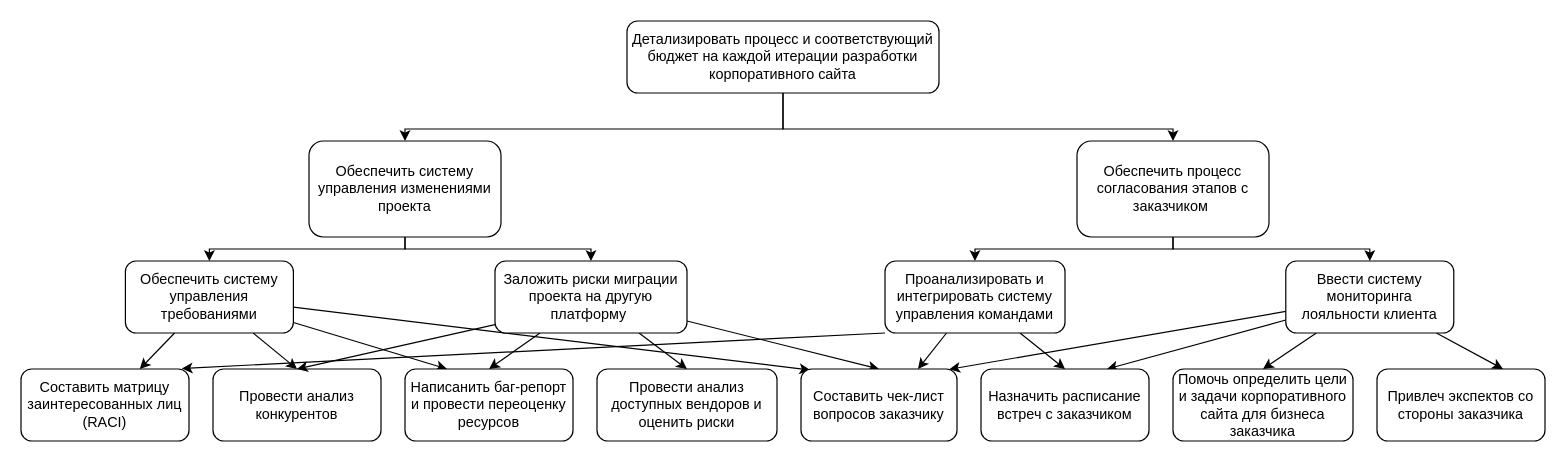
Above: page "Дерево целей" (8 of 8) of 3 курс/5 семестр/ТСиСА/Курсовая/модели2ч.drawio in Luzinsan/tusur (draw.io), before the change. Source tidied: cells renumbered, new cells numbered last; positions are measured from the earlier drawing's top-left corner, leaving out a move shared by most shapes. Both pictures are drawn from the tidied source at 120%, with x=0, y=0 at pixel (20, 20).
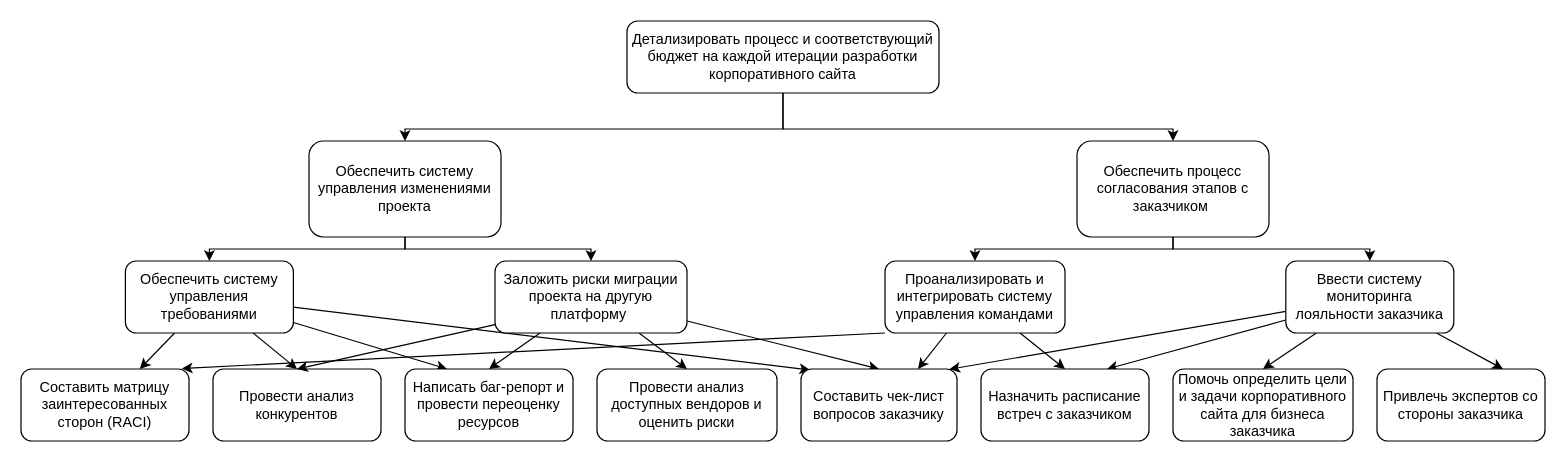
The same diagram, later.

The edit, as a diff of the source:
```diff
@@
-    <mxCell id="13" value="Составить матрицу заинтересованных лиц (RACI)" style="rounded=1;whiteSpace=wrap;html=1;" parent="1" vertex="1">
+    <mxCell id="13" value="Составить матрицу заинтересованных сторон (RACI)" style="rounded=1;whiteSpace=wrap;html=1;" parent="1" vertex="1">
       <mxGeometry y="290" width="140" height="60" as="geometry" />
     </mxCell>
@@
-    <mxCell id="20" value="Написанить баг-репорт и провести переоценку ресурсов" style="rounded=1;whiteSpace=wrap;html=1;" parent="1" vertex="1">
+    <mxCell id="20" value="Написать баг-репорт и провести переоценку ресурсов" style="rounded=1;whiteSpace=wrap;html=1;" parent="1" vertex="1">
       <mxGeometry x="320" y="290" width="140" height="60" as="geometry" />
     </mxCell>
@@
-    <mxCell id="33" value="Ввести систему мониторинга лояльности клиента" style="rounded=1;whiteSpace=wrap;html=1;" parent="1" vertex="1">
+    <mxCell id="33" value="Ввести систему мониторинга лояльности заказчика" style="rounded=1;whiteSpace=wrap;html=1;" parent="1" vertex="1">
       <mxGeometry x="1054" y="200" width="140" height="60" as="geometry" />
     </mxCell>
@@
-    <mxCell id="37" value="Привлеч экспектов со стороны заказчика" style="rounded=1;whiteSpace=wrap;html=1;" parent="1" vertex="1">
+    <mxCell id="37" value="Привлечь экспертов со стороны заказчика" style="rounded=1;whiteSpace=wrap;html=1;" parent="1" vertex="1">
       <mxGeometry x="1130" y="290" width="140" height="60" as="geometry" />
     </mxCell>
```
